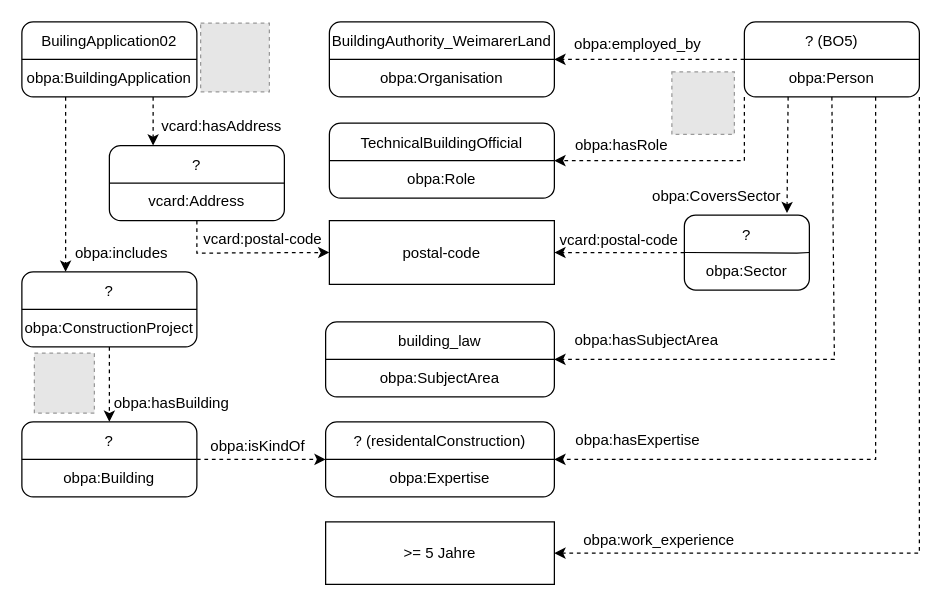
This is OBPA-Diagrams/Beispielabfrage.drawio from SebSeis/OBPA, a draw.io file, before an edit. Source tidied: cells renumbered, new cells numbered last; positions are measured from the earlier drawing's top-left corner, leaving out a move shared by most shapes. Both pictures are drawn from the tidied source at 125%, with x=0, y=0 at pixel (21, 21). Pictures stored in the file or linked from it are replaced by grey dashed boxes.
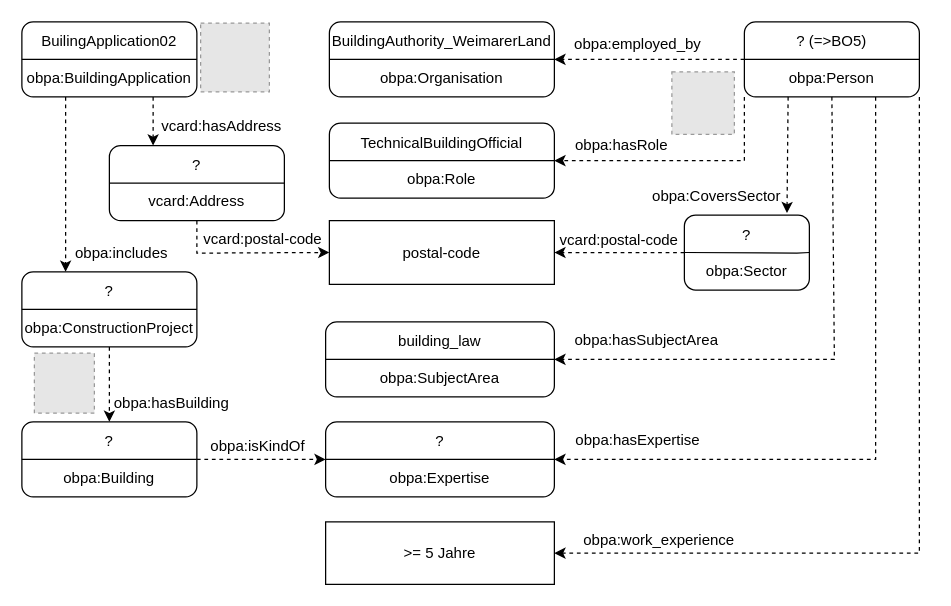
The same page after the edit.

What changed in the source:
```diff
@@
-    <mxCell id="10" value="? (residentalConstruction)&lt;br&gt;&lt;br&gt;obpa:Expertise" style="rounded=1;whiteSpace=wrap;html=1;" parent="1" vertex="1">
+    <mxCell id="10" value="?&lt;br&gt;&lt;br&gt;obpa:Expertise" style="rounded=1;whiteSpace=wrap;html=1;" parent="1" vertex="1">
       <mxGeometry x="243" y="320" width="183" height="60" as="geometry" />
     </mxCell>
@@
-    <mxCell id="18" value="? (BO5)&lt;br&gt;&lt;br&gt;obpa:Person" style="rounded=1;whiteSpace=wrap;html=1;" parent="1" vertex="1">
+    <mxCell id="18" value="? (=&amp;gt;BO5)&lt;br&gt;&lt;br&gt;obpa:Person" style="rounded=1;whiteSpace=wrap;html=1;" parent="1" vertex="1">
       <mxGeometry x="578" width="140" height="60" as="geometry" />
     </mxCell>
```
